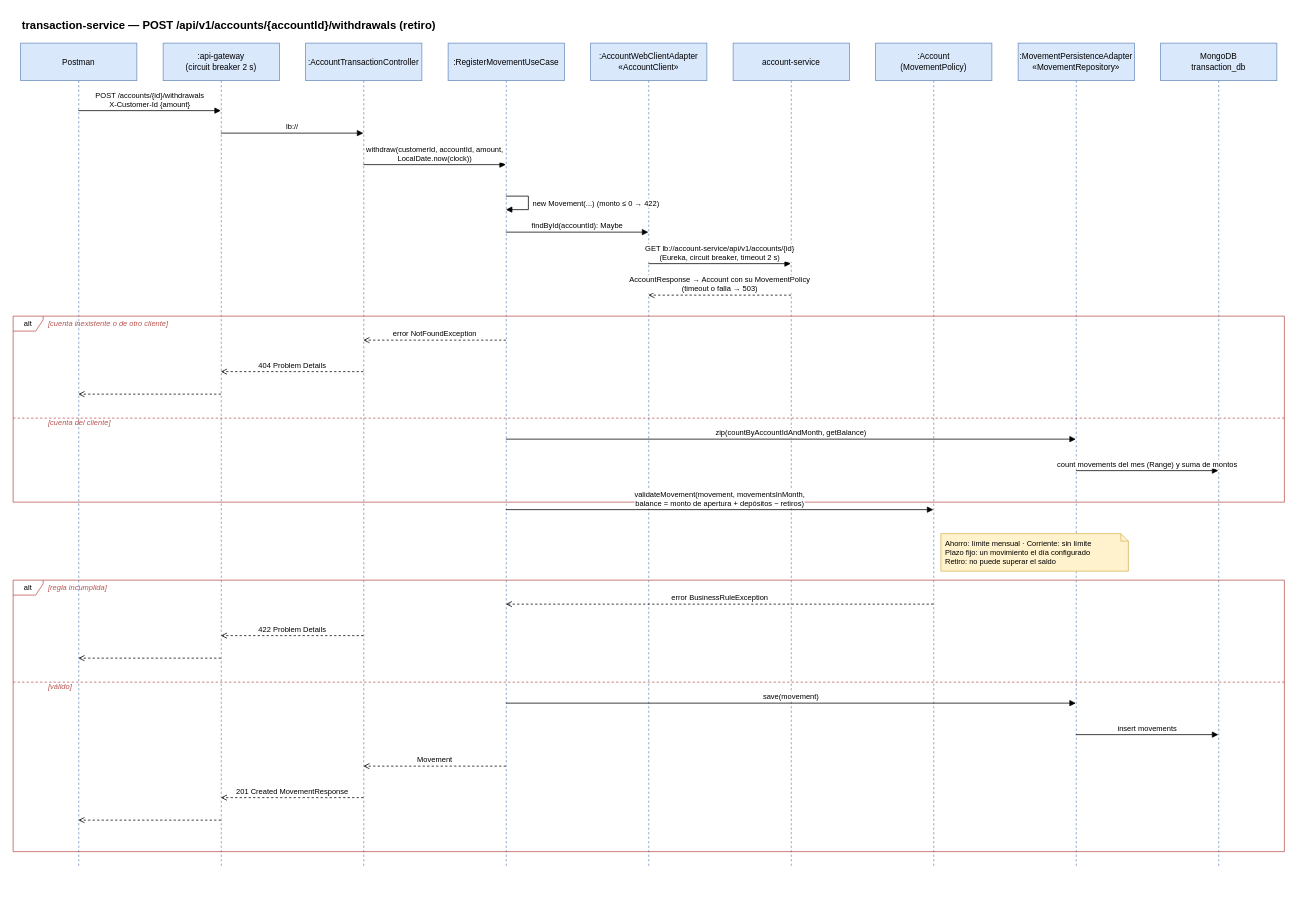
Above: page "transaction-service — retiro" (5 of 7) of docs/diagrams/sequence-diagrams.drawio in kuroxbyte/bootcamp-bank-project-docs (draw.io), before the change. Source tidied: cells renumbered, new cells numbered last; positions are measured from the earlier drawing's top-left corner, leaving out a move shared by most shapes. Both pictures are drawn from the tidied source at 75%, with x=0, y=0 at pixel (13, 13).
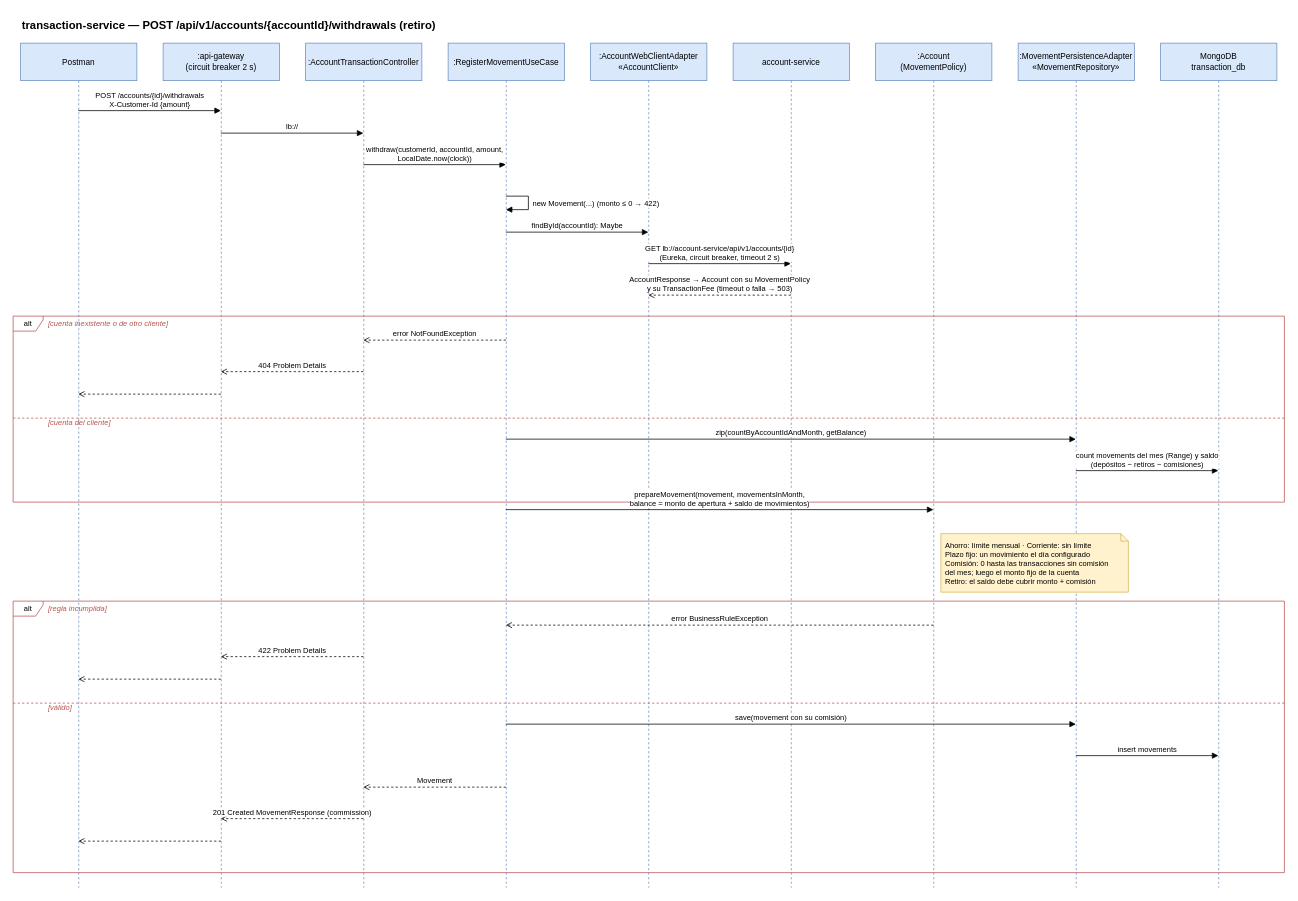
The same page after the edit.

Commit message (it also covers changes not shown here):
docs: documentar y probar la comisión por transacción

Diff of the diagram source:
```diff
@@
     <mxCell id="3" value="Postman" style="shape=umlLifeline;perimeter=lifelinePerimeter;whiteSpace=wrap;html=1;size=50;fontSize=11;fillColor=#dae8fc;strokeColor=#6c8ebf;" parent="1" vertex="1">
-      <mxGeometry x="10" y="40" width="155" height="1098" as="geometry" />
+      <mxGeometry x="10" y="40" width="155" height="1126" as="geometry" />
     </mxCell>
     <mxCell id="4" value=":api-gateway&lt;br&gt;(circuit breaker 2 s)" style="shape=umlLifeline;perimeter=lifelinePerimeter;whiteSpace=wrap;html=1;size=50;fontSize=11;fillColor=#dae8fc;strokeColor=#6c8ebf;" parent="1" vertex="1">
-      <mxGeometry x="200" y="40" width="155" height="1098" as="geometry" />
+      <mxGeometry x="200" y="40" width="155" height="1126" as="geometry" />
     </mxCell>
     <mxCell id="5" value=":AccountTransactionController" style="shape=umlLifeline;perimeter=lifelinePerimeter;whiteSpace=wrap;html=1;size=50;fontSize=11;fillColor=#dae8fc;strokeColor=#6c8ebf;" parent="1" vertex="1">
-      <mxGeometry x="390" y="40" width="155" height="1098" as="geometry" />
+      <mxGeometry x="390" y="40" width="155" height="1126" as="geometry" />
     </mxCell>
     <mxCell id="6" value=":RegisterMovementUseCase" style="shape=umlLifeline;perimeter=lifelinePerimeter;whiteSpace=wrap;html=1;size=50;fontSize=11;fillColor=#dae8fc;strokeColor=#6c8ebf;" parent="1" vertex="1">
-      <mxGeometry x="580" y="40" width="155" height="1098" as="geometry" />
+      <mxGeometry x="580" y="40" width="155" height="1126" as="geometry" />
     </mxCell>
     <mxCell id="7" value=":AccountWebClientAdapter&lt;br&gt;«AccountClient»" style="shape=umlLifeline;perimeter=lifelinePerimeter;whiteSpace=wrap;html=1;size=50;fontSize=11;fillColor=#dae8fc;strokeColor=#6c8ebf;" parent="1" vertex="1">
-      <mxGeometry x="770" y="40" width="155" height="1098" as="geometry" />
+      <mxGeometry x="770" y="40" width="155" height="1126" as="geometry" />
     </mxCell>
     <mxCell id="8" value="account-service" style="shape=umlLifeline;perimeter=lifelinePerimeter;whiteSpace=wrap;html=1;size=50;fontSize=11;fillColor=#dae8fc;strokeColor=#6c8ebf;" parent="1" vertex="1">
-      <mxGeometry x="960" y="40" width="155" height="1098" as="geometry" />
+      <mxGeometry x="960" y="40" width="155" height="1126" as="geometry" />
     </mxCell>
     <mxCell id="9" value=":Account&lt;br&gt;(MovementPolicy)" style="shape=umlLifeline;perimeter=lifelinePerimeter;whiteSpace=wrap;html=1;size=50;fontSize=11;fillColor=#dae8fc;strokeColor=#6c8ebf;" parent="1" vertex="1">
-      <mxGeometry x="1150" y="40" width="155" height="1098" as="geometry" />
+      <mxGeometry x="1150" y="40" width="155" height="1126" as="geometry" />
     </mxCell>
     <mxCell id="10" value=":MovementPersistenceAdapter&lt;br&gt;«MovementRepository»" style="shape=umlLifeline;perimeter=lifelinePerimeter;whiteSpace=wrap;html=1;size=50;fontSize=11;fillColor=#dae8fc;strokeColor=#6c8ebf;" parent="1" vertex="1">
-      <mxGeometry x="1340" y="40" width="155" height="1098" as="geometry" />
+      <mxGeometry x="1340" y="40" width="155" height="1126" as="geometry" />
     </mxCell>
     <mxCell id="11" value="MongoDB&lt;br&gt;transaction_db" style="shape=umlLifeline;perimeter=lifelinePerimeter;whiteSpace=wrap;html=1;size=50;fontSize=11;fillColor=#dae8fc;strokeColor=#6c8ebf;" parent="1" vertex="1">
-      <mxGeometry x="1530" y="40" width="155" height="1098" as="geometry" />
+      <mxGeometry x="1530" y="40" width="155" height="1126" as="geometry" />
     </mxCell>
@@
     <mxCell id="16" value="alt" style="shape=umlFrame;whiteSpace=wrap;html=1;width=40;height=20;fillColor=none;strokeColor=#b85450;fontSize=10;" parent="1" vertex="1">
-      <mxGeometry y="756" width="1695" height="362" as="geometry" />
+      <mxGeometry y="784" width="1695" height="362" as="geometry" />
     </mxCell>
     <mxCell id="17" value="[regla incumplida]" style="text;html=1;fontSize=10;fontStyle=2;align=left;fontColor=#b85450;" parent="1" vertex="1">
-      <mxGeometry x="45" y="754" width="420" height="16" as="geometry" />
+      <mxGeometry x="45" y="782" width="420" height="16" as="geometry" />
     </mxCell>
     <mxCell id="18" value="[válido]" style="text;html=1;fontSize=10;fontStyle=2;align=left;fontColor=#b85450;" parent="1" vertex="1">
-      <mxGeometry x="45" y="886" width="420" height="16" as="geometry" />
+      <mxGeometry x="45" y="914" width="420" height="16" as="geometry" />
     </mxCell>
     <mxCell id="19" style="endArrow=none;dashed=1;html=1;strokeColor=#b85450;" parent="1" edge="1">
       <mxGeometry relative="1" as="geometry">
-        <mxPoint y="892" as="sourcePoint" />
-        <mxPoint x="1695" y="892" as="targetPoint" />
+        <mxPoint y="920" as="sourcePoint" />
+        <mxPoint x="1695" y="920" as="targetPoint" />
       </mxGeometry>
     </mxCell>
@@
-    <mxCell id="26" value="AccountResponse → Account con su MovementPolicy&lt;br&gt;(timeout o falla → 503)" style="endArrow=open;dashed=1;html=1;rounded=0;fontSize=10;verticalAlign=bottom;labelBackgroundColor=#ffffff;" parent="1" edge="1">
+    <mxCell id="26" value="AccountResponse → Account con su MovementPolicy&lt;br&gt;y su TransactionFee (timeout o falla → 503)" style="endArrow=open;dashed=1;html=1;rounded=0;fontSize=10;verticalAlign=bottom;labelBackgroundColor=#ffffff;" parent="1" edge="1">
       <mxGeometry relative="1" as="geometry">
         <mxPoint x="1037" y="376" as="sourcePoint" />
         <mxPoint x="847" y="376" as="targetPoint" />
       </mxGeometry>
     </mxCell>
@@
-    <mxCell id="31" value="count movements del mes (Range) y suma de montos" style="endArrow=block;endFill=1;html=1;rounded=0;fontSize=10;verticalAlign=bottom;labelBackgroundColor=#ffffff;" parent="1" edge="1">
+    <mxCell id="31" value="count movements del mes (Range) y saldo&lt;br&gt;(depósitos − retiros − comisiones)" style="endArrow=block;endFill=1;html=1;rounded=0;fontSize=10;verticalAlign=bottom;labelBackgroundColor=#ffffff;" parent="1" edge="1">
       <mxGeometry relative="1" as="geometry">
         <mxPoint x="1417" y="610" as="sourcePoint" />
         <mxPoint x="1607" y="610" as="targetPoint" />
       </mxGeometry>
     </mxCell>
-    <mxCell id="32" value="validateMovement(movement, movementsInMonth,&lt;br&gt;balance = monto de apertura + depósitos − retiros)" style="endArrow=block;endFill=1;html=1;rounded=0;fontSize=10;verticalAlign=bottom;labelBackgroundColor=#ffffff;" parent="1" edge="1">
+    <mxCell id="32" value="prepareMovement(movement, movementsInMonth,&lt;br&gt;balance = monto de apertura + saldo de movimientos)" style="endArrow=block;endFill=1;html=1;rounded=0;fontSize=10;verticalAlign=bottom;labelBackgroundColor=#ffffff;" parent="1" edge="1">
       <mxGeometry relative="1" as="geometry">
         <mxPoint x="657" y="662" as="sourcePoint" />
         <mxPoint x="1227" y="662" as="targetPoint" />
       </mxGeometry>
     </mxCell>
-    <mxCell id="33" value="Ahorro: límite mensual · Corriente: sin límite&lt;br&gt;Plazo fijo: un movimiento el día configurado&lt;br&gt;Retiro: no puede superar el saldo" style="shape=note;whiteSpace=wrap;html=1;size=10;fillColor=#fff2cc;strokeColor=#d6b656;fontSize=10;align=left;spacingLeft=4;" parent="1" vertex="1">
-      <mxGeometry x="1237" y="694" width="250" height="50" as="geometry" />
+    <mxCell id="33" value="Ahorro: límite mensual · Corriente: sin límite&lt;br&gt;Plazo fijo: un movimiento el día configurado&lt;br&gt;Comisión: 0 hasta las transacciones sin comisión&lt;br&gt;del mes; luego el monto fijo de la cuenta&lt;br&gt;Retiro: el saldo debe cubrir monto + comisión" style="shape=note;whiteSpace=wrap;html=1;size=10;fillColor=#fff2cc;strokeColor=#d6b656;fontSize=10;align=left;spacingLeft=4;" parent="1" vertex="1">
+      <mxGeometry x="1237" y="694" width="250" height="78" as="geometry" />
     </mxCell>
     <mxCell id="34" value="error BusinessRuleException" style="endArrow=open;dashed=1;html=1;rounded=0;fontSize=10;verticalAlign=bottom;labelBackgroundColor=#ffffff;" parent="1" edge="1">
       <mxGeometry relative="1" as="geometry">
-        <mxPoint x="1227" y="788" as="sourcePoint" />
-        <mxPoint x="657" y="788" as="targetPoint" />
+        <mxPoint x="1227" y="816" as="sourcePoint" />
+        <mxPoint x="657" y="816" as="targetPoint" />
       </mxGeometry>
     </mxCell>
     <mxCell id="35" value="422 Problem Details" style="endArrow=open;dashed=1;html=1;rounded=0;fontSize=10;verticalAlign=bottom;labelBackgroundColor=#ffffff;" parent="1" edge="1">
       <mxGeometry relative="1" as="geometry">
-        <mxPoint x="467" y="830" as="sourcePoint" />
-        <mxPoint x="277" y="830" as="targetPoint" />
+        <mxPoint x="467" y="858" as="sourcePoint" />
+        <mxPoint x="277" y="858" as="targetPoint" />
       </mxGeometry>
     </mxCell>
     <mxCell id="36" style="endArrow=open;dashed=1;html=1;rounded=0;fontSize=10;verticalAlign=bottom;labelBackgroundColor=#ffffff;" parent="1" edge="1">
       <mxGeometry relative="1" as="geometry">
-        <mxPoint x="277" y="860" as="sourcePoint" />
-        <mxPoint x="87" y="860" as="targetPoint" />
+        <mxPoint x="277" y="888" as="sourcePoint" />
+        <mxPoint x="87" y="888" as="targetPoint" />
       </mxGeometry>
     </mxCell>
-    <mxCell id="37" value="save(movement)" style="endArrow=block;endFill=1;html=1;rounded=0;fontSize=10;verticalAlign=bottom;labelBackgroundColor=#ffffff;" parent="1" edge="1">
+    <mxCell id="37" value="save(movement con su comisión)" style="endArrow=block;endFill=1;html=1;rounded=0;fontSize=10;verticalAlign=bottom;labelBackgroundColor=#ffffff;" parent="1" edge="1">
       <mxGeometry relative="1" as="geometry">
-        <mxPoint x="657" y="920" as="sourcePoint" />
-        <mxPoint x="1417" y="920" as="targetPoint" />
+        <mxPoint x="657" y="948" as="sourcePoint" />
+        <mxPoint x="1417" y="948" as="targetPoint" />
       </mxGeometry>
     </mxCell>
     <mxCell id="38" value="insert movements" style="endArrow=block;endFill=1;html=1;rounded=0;fontSize=10;verticalAlign=bottom;labelBackgroundColor=#ffffff;" parent="1" edge="1">
       <mxGeometry relative="1" as="geometry">
-        <mxPoint x="1417" y="962" as="sourcePoint" />
-        <mxPoint x="1607" y="962" as="targetPoint" />
+        <mxPoint x="1417" y="990" as="sourcePoint" />
+        <mxPoint x="1607" y="990" as="targetPoint" />
       </mxGeometry>
     </mxCell>
     <mxCell id="39" value="Movement" style="endArrow=open;dashed=1;html=1;rounded=0;fontSize=10;verticalAlign=bottom;labelBackgroundColor=#ffffff;" parent="1" edge="1">
       <mxGeometry relative="1" as="geometry">
-        <mxPoint x="657" y="1004" as="sourcePoint" />
-        <mxPoint x="467" y="1004" as="targetPoint" />
+        <mxPoint x="657" y="1032" as="sourcePoint" />
+        <mxPoint x="467" y="1032" as="targetPoint" />
       </mxGeometry>
     </mxCell>
-    <mxCell id="40" value="201 Created MovementResponse" style="endArrow=open;dashed=1;html=1;rounded=0;fontSize=10;verticalAlign=bottom;labelBackgroundColor=#ffffff;" parent="1" edge="1">
+    <mxCell id="40" value="201 Created MovementResponse (commission)" style="endArrow=open;dashed=1;html=1;rounded=0;fontSize=10;verticalAlign=bottom;labelBackgroundColor=#ffffff;" parent="1" edge="1">
       <mxGeometry relative="1" as="geometry">
-        <mxPoint x="467" y="1046" as="sourcePoint" />
-        <mxPoint x="277" y="1046" as="targetPoint" />
+        <mxPoint x="467" y="1074" as="sourcePoint" />
+        <mxPoint x="277" y="1074" as="targetPoint" />
       </mxGeometry>
     </mxCell>
     <mxCell id="41" style="endArrow=open;dashed=1;html=1;rounded=0;fontSize=10;verticalAlign=bottom;labelBackgroundColor=#ffffff;" parent="1" edge="1">
       <mxGeometry relative="1" as="geometry">
-        <mxPoint x="277" y="1076" as="sourcePoint" />
-        <mxPoint x="87" y="1076" as="targetPoint" />
+        <mxPoint x="277" y="1104" as="sourcePoint" />
+        <mxPoint x="87" y="1104" as="targetPoint" />
       </mxGeometry>
     </mxCell>
```
